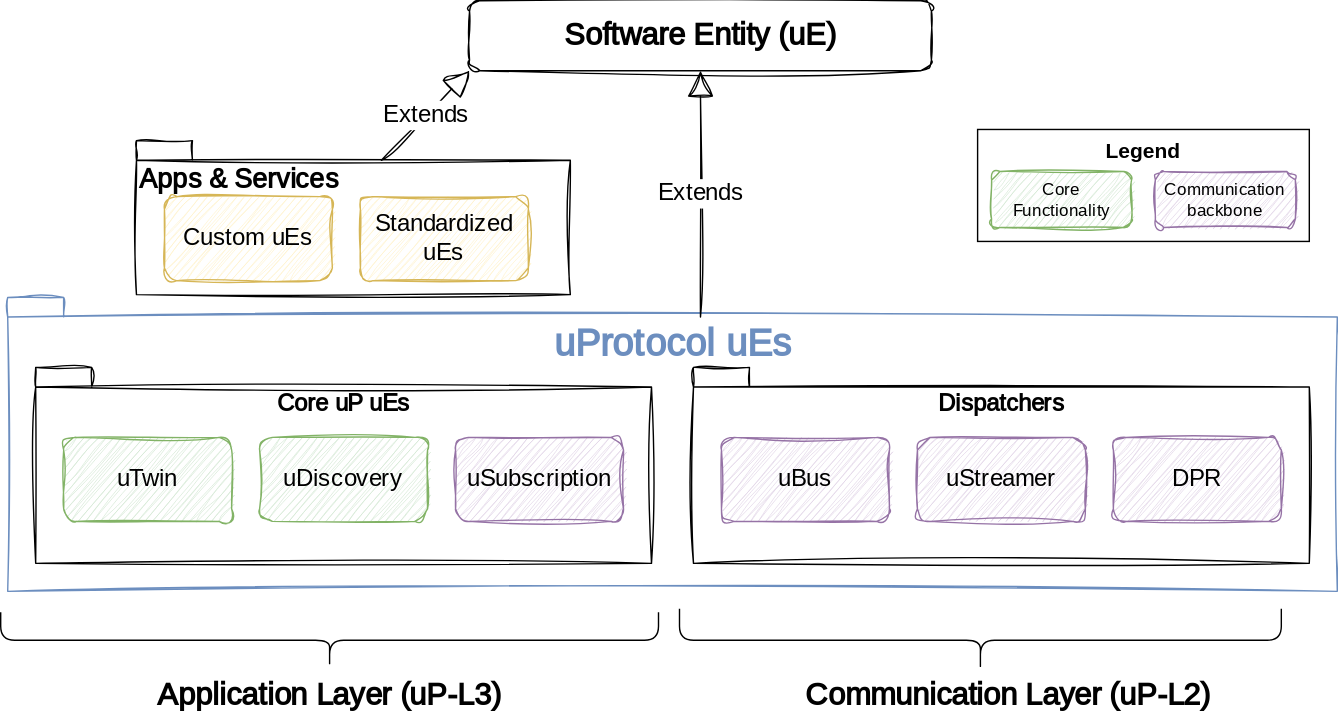
This is ues.drawio.svg from eclipse-uprotocol/up-spec, a draw.io export, as it was before one commit. Source tidied: cells renumbered, new cells last; positions are measured from the earlier drawing's top-left corner, leaving out a move shared by most shapes.
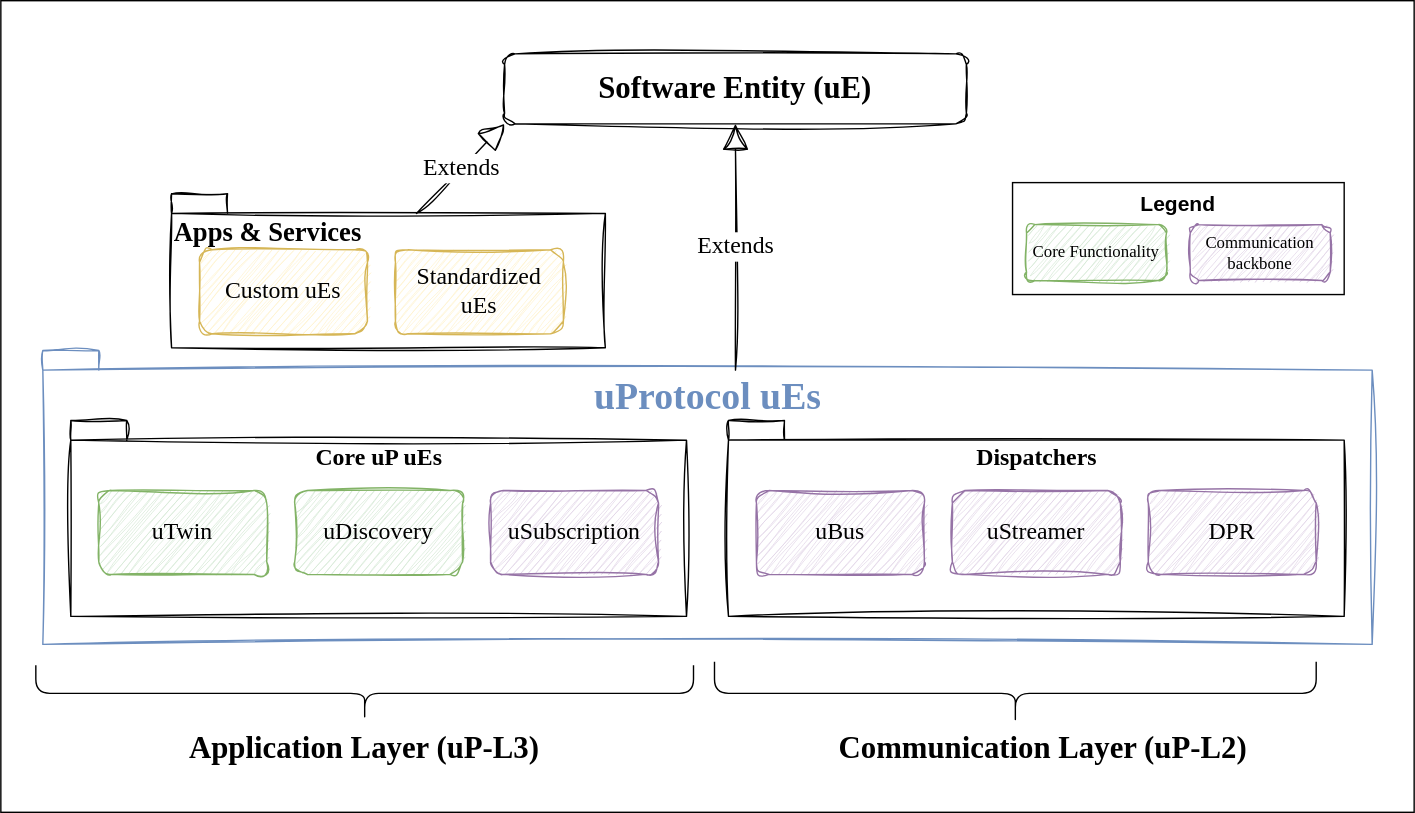
Above is the later version.

Diff of the diagram source:
```diff
@@ -2,6 +2,9 @@
   <root>
     <mxCell id="0" />
     <mxCell id="1" parent="0" />
+    <mxCell id="24" style="rounded=0;whiteSpace=wrap;html=1;" parent="1" vertex="1">
+      <mxGeometry x="-30" y="-38" width="1010" height="580" as="geometry" />
+    </mxCell>
     <mxCell id="2" value="&lt;span style=&quot;font-size: 22px;&quot;&gt;&lt;font style=&quot;font-size: 22px;&quot;&gt;Software Entity (uE)&lt;/font&gt;&lt;/span&gt;" style="rounded=1;whiteSpace=wrap;html=1;sketch=1;curveFitting=1;jiggle=2;fontStyle=1;fontSize=22;fontFamily=Architects Daughter;fontSource=https%3A%2F%2Ffonts.googleapis.com%2Fcss%3Ffamily%3DArchitects%2BDaughter;" parent="1" vertex="1">
       <mxGeometry x="330" width="330" height="50" as="geometry" />
     </mxCell>
```
